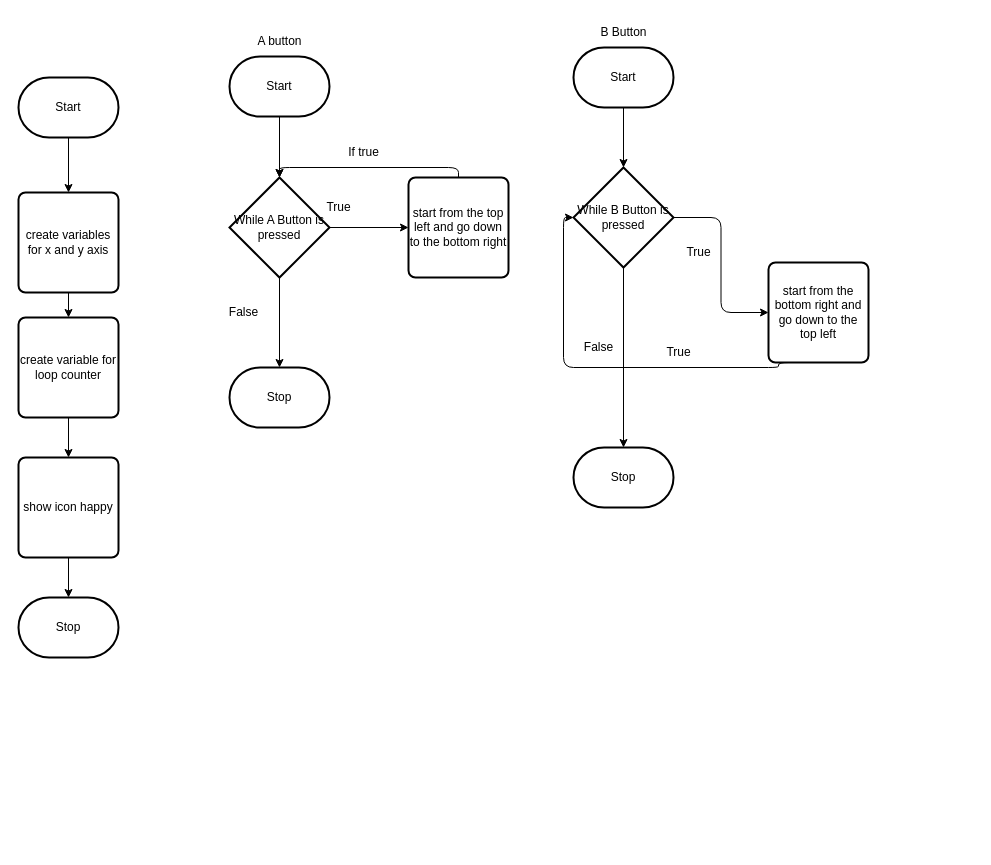
Earlier version of the draw.io diagram design/flowchart.drawio (MTHS-TEJ2O-1-2023/TEJ2O-Unit-2-14-angelo-yalung). Source tidied: cells renumbered, new cells numbered last; positions are measured from the earlier drawing's top-left corner, leaving out a move shared by most shapes. Both pictures are drawn from the tidied source at 100%, with x=0, y=0 at pixel (18, 17).
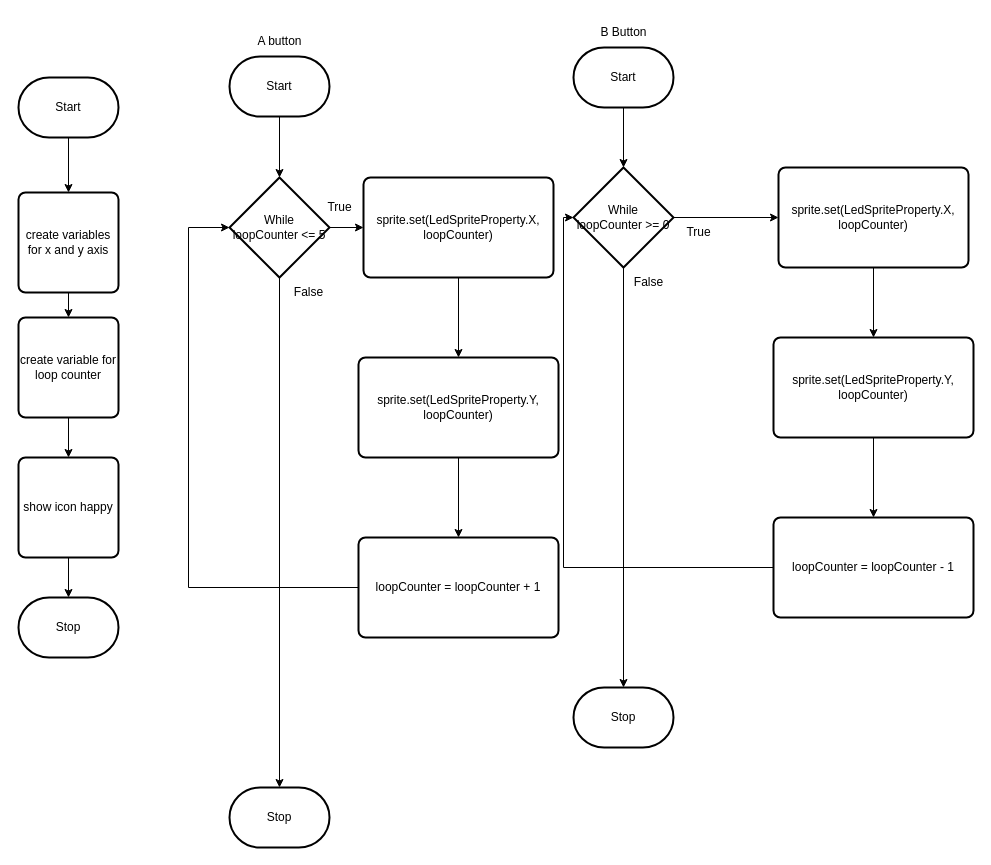
The same diagram, later.

The edit, as a diff of the source:
```diff
@@
     <mxCell id="4" value="Stop" style="strokeWidth=2;html=1;shape=mxgraph.flowchart.terminator;whiteSpace=wrap;" parent="1" vertex="1">
-      <mxGeometry x="211" y="350" width="100" height="60" as="geometry" />
+      <mxGeometry x="211" y="770" width="100" height="60" as="geometry" />
     </mxCell>
@@
     <mxCell id="7" value="Stop" style="strokeWidth=2;html=1;shape=mxgraph.flowchart.terminator;whiteSpace=wrap;" parent="1" vertex="1">
-      <mxGeometry x="555" y="430" width="100" height="60" as="geometry" />
+      <mxGeometry x="555" y="670" width="100" height="60" as="geometry" />
     </mxCell>
-    <mxCell id="8" style="edgeStyle=none;html=1;exitX=1;exitY=0.5;exitDx=0;exitDy=0;exitPerimeter=0;entryX=0;entryY=0.5;entryDx=0;entryDy=0;" parent="1" edge="1" source="10" target="18">
-      <mxGeometry relative="1" as="geometry" />
-    </mxCell>
@@
+    <mxCell id="35" style="edgeStyle=orthogonalEdgeStyle;rounded=0;html=1;exitX=1;exitY=0.5;exitDx=0;exitDy=0;exitPerimeter=0;entryX=0;entryY=0.5;entryDx=0;entryDy=0;" parent="1" edge="1" source="10" target="44">
+      <mxGeometry relative="1" as="geometry" />
+    </mxCell>
-    <mxCell id="10" value="While A Button is pressed" style="strokeWidth=2;html=1;shape=mxgraph.flowchart.decision;whiteSpace=wrap;" parent="1" vertex="1">
+    <mxCell id="10" value="While&lt;br&gt;loopCounter &amp;lt;= 5" style="strokeWidth=2;html=1;shape=mxgraph.flowchart.decision;whiteSpace=wrap;" parent="1" vertex="1">
       <mxGeometry x="211" y="160" width="100" height="100" as="geometry" />
     </mxCell>
@@
-    <mxCell id="13" style="edgeStyle=orthogonalEdgeStyle;html=1;exitX=1;exitY=0.5;exitDx=0;exitDy=0;exitPerimeter=0;entryX=0;entryY=0.5;entryDx=0;entryDy=0;" parent="1" edge="1" source="15" target="22">
-      <mxGeometry relative="1" as="geometry" />
-    </mxCell>
@@
+    <mxCell id="36" style="edgeStyle=orthogonalEdgeStyle;rounded=0;html=1;exitX=1;exitY=0.5;exitDx=0;exitDy=0;exitPerimeter=0;entryX=0;entryY=0.5;entryDx=0;entryDy=0;" parent="1" edge="1" source="15" target="38">
+      <mxGeometry relative="1" as="geometry" />
+    </mxCell>
-    <mxCell id="15" value="While B Button is pressed" style="strokeWidth=2;html=1;shape=mxgraph.flowchart.decision;whiteSpace=wrap;" parent="1" vertex="1">
+    <mxCell id="15" value="While &lt;br&gt;loopCounter &amp;gt;= 0" style="strokeWidth=2;html=1;shape=mxgraph.flowchart.decision;whiteSpace=wrap;" parent="1" vertex="1">
       <mxGeometry x="555" y="150" width="100" height="100" as="geometry" />
     </mxCell>
     <mxCell id="16" value="False" style="text;html=1;align=center;verticalAlign=middle;strokeColor=none;fillColor=none;" parent="1" vertex="1">
-      <mxGeometry x="200" y="280" width="50" height="30" as="geometry" />
+      <mxGeometry x="265" y="260" width="50" height="30" as="geometry" />
     </mxCell>
-    <mxCell id="17" style="edgeStyle=orthogonalEdgeStyle;html=1;exitX=0.5;exitY=0;exitDx=0;exitDy=0;entryX=0.5;entryY=0;entryDx=0;entryDy=0;entryPerimeter=0;" parent="1" edge="1" source="18" target="10">
-      <mxGeometry relative="1" as="geometry" />
-    </mxCell>
-    <mxCell id="18" value="start from the top left and go down to the bottom right" style="rounded=1;whiteSpace=wrap;html=1;absoluteArcSize=1;arcSize=14;strokeWidth=2;" parent="1" vertex="1">
-      <mxGeometry x="390" y="160" width="100" height="100" as="geometry" />
-    </mxCell>
     <mxCell id="19" value="True" style="text;html=1;align=center;verticalAlign=middle;strokeColor=none;fillColor=none;" parent="1" vertex="1">
-      <mxGeometry x="295" y="175" width="50" height="30" as="geometry" />
+      <mxGeometry x="296" y="175" width="50" height="30" as="geometry" />
     </mxCell>
-    <mxCell id="20" value="If true" style="text;html=1;align=center;verticalAlign=middle;strokeColor=none;fillColor=none;" parent="1" vertex="1">
-      <mxGeometry x="320" y="120" width="50" height="30" as="geometry" />
-    </mxCell>
-    <mxCell id="21" style="edgeStyle=orthogonalEdgeStyle;html=1;exitX=0.5;exitY=1;exitDx=0;exitDy=0;entryX=0;entryY=0.5;entryDx=0;entryDy=0;entryPerimeter=0;" parent="1" edge="1" source="22" target="15">
-      <mxGeometry relative="1" as="geometry">
-        <Array as="points">
-          <mxPoint x="760" y="345" />
-          <mxPoint x="760" y="350" />
-          <mxPoint x="545" y="350" />
-          <mxPoint x="545" y="200" />
-        </Array>
-      </mxGeometry>
-    </mxCell>
-    <mxCell id="22" value="start from the bottom right and go down to the top left" style="rounded=1;whiteSpace=wrap;html=1;absoluteArcSize=1;arcSize=14;strokeWidth=2;" parent="1" vertex="1">
-      <mxGeometry x="750" y="245" width="100" height="100" as="geometry" />
-    </mxCell>
@@
-    <mxCell id="32" value="True" style="text;html=1;align=center;verticalAlign=middle;strokeColor=none;fillColor=none;" parent="1" vertex="1">
-      <mxGeometry x="635" y="320" width="50" height="30" as="geometry" />
-    </mxCell>
     <mxCell id="33" value="True" style="text;html=1;align=center;verticalAlign=middle;strokeColor=none;fillColor=none;" parent="1" vertex="1">
-      <mxGeometry x="655" y="220" width="50" height="30" as="geometry" />
+      <mxGeometry x="655" y="200" width="50" height="30" as="geometry" />
     </mxCell>
     <mxCell id="34" value="False" style="text;html=1;align=center;verticalAlign=middle;strokeColor=none;fillColor=none;" parent="1" vertex="1">
-      <mxGeometry x="555" y="315" width="50" height="30" as="geometry" />
+      <mxGeometry x="605" y="250" width="50" height="30" as="geometry" />
     </mxCell>
+    <mxCell id="37" style="edgeStyle=orthogonalEdgeStyle;rounded=0;html=1;exitX=0.5;exitY=1;exitDx=0;exitDy=0;entryX=0.5;entryY=0;entryDx=0;entryDy=0;" parent="1" edge="1" source="38" target="40">
+      <mxGeometry relative="1" as="geometry" />
+    </mxCell>
+    <mxCell id="38" value="sprite.set(LedSpriteProperty.X, loopCounter)" style="rounded=1;whiteSpace=wrap;html=1;absoluteArcSize=1;arcSize=14;strokeWidth=2;" parent="1" vertex="1">
+      <mxGeometry x="760" y="150" width="190" height="100" as="geometry" />
+    </mxCell>
+    <mxCell id="39" style="edgeStyle=orthogonalEdgeStyle;rounded=0;html=1;exitX=0.5;exitY=1;exitDx=0;exitDy=0;" parent="1" edge="1" source="40" target="42">
+      <mxGeometry relative="1" as="geometry" />
+    </mxCell>
+    <mxCell id="40" value="sprite.set(LedSpriteProperty.Y, loopCounter)" style="rounded=1;whiteSpace=wrap;html=1;absoluteArcSize=1;arcSize=14;strokeWidth=2;" parent="1" vertex="1">
+      <mxGeometry x="755" y="320" width="200" height="100" as="geometry" />
+    </mxCell>
+    <mxCell id="41" style="edgeStyle=orthogonalEdgeStyle;rounded=0;html=1;exitX=0;exitY=0.5;exitDx=0;exitDy=0;entryX=0;entryY=0.5;entryDx=0;entryDy=0;entryPerimeter=0;" parent="1" edge="1" source="42" target="15">
+      <mxGeometry relative="1" as="geometry" />
+    </mxCell>
+    <mxCell id="42" value="loopCounter = loopCounter - 1" style="rounded=1;whiteSpace=wrap;html=1;absoluteArcSize=1;arcSize=14;strokeWidth=2;" parent="1" vertex="1">
+      <mxGeometry x="755" y="500" width="200" height="100" as="geometry" />
+    </mxCell>
+    <mxCell id="43" style="edgeStyle=orthogonalEdgeStyle;rounded=0;html=1;exitX=0.5;exitY=1;exitDx=0;exitDy=0;entryX=0.5;entryY=0;entryDx=0;entryDy=0;" parent="1" edge="1" source="44" target="46">
+      <mxGeometry relative="1" as="geometry" />
+    </mxCell>
+    <mxCell id="44" value="sprite.set(LedSpriteProperty.X, loopCounter)" style="rounded=1;whiteSpace=wrap;html=1;absoluteArcSize=1;arcSize=14;strokeWidth=2;" parent="1" vertex="1">
+      <mxGeometry x="345" y="160" width="190" height="100" as="geometry" />
+    </mxCell>
+    <mxCell id="45" style="edgeStyle=orthogonalEdgeStyle;rounded=0;html=1;exitX=0.5;exitY=1;exitDx=0;exitDy=0;" parent="1" edge="1" source="46" target="48">
+      <mxGeometry relative="1" as="geometry" />
+    </mxCell>
+    <mxCell id="46" value="sprite.set(LedSpriteProperty.Y, loopCounter)" style="rounded=1;whiteSpace=wrap;html=1;absoluteArcSize=1;arcSize=14;strokeWidth=2;" parent="1" vertex="1">
+      <mxGeometry x="340" y="340" width="200" height="100" as="geometry" />
+    </mxCell>
+    <mxCell id="47" style="edgeStyle=orthogonalEdgeStyle;rounded=0;html=1;exitX=0;exitY=0.5;exitDx=0;exitDy=0;entryX=0;entryY=0.5;entryDx=0;entryDy=0;entryPerimeter=0;" parent="1" edge="1" source="48" target="10">
+      <mxGeometry relative="1" as="geometry">
+        <Array as="points">
+          <mxPoint x="170" y="570" />
+          <mxPoint x="170" y="210" />
+        </Array>
+      </mxGeometry>
+    </mxCell>
+    <mxCell id="48" value="loopCounter = loopCounter + 1" style="rounded=1;whiteSpace=wrap;html=1;absoluteArcSize=1;arcSize=14;strokeWidth=2;" parent="1" vertex="1">
+      <mxGeometry x="340" y="520" width="200" height="100" as="geometry" />
+    </mxCell>
```
